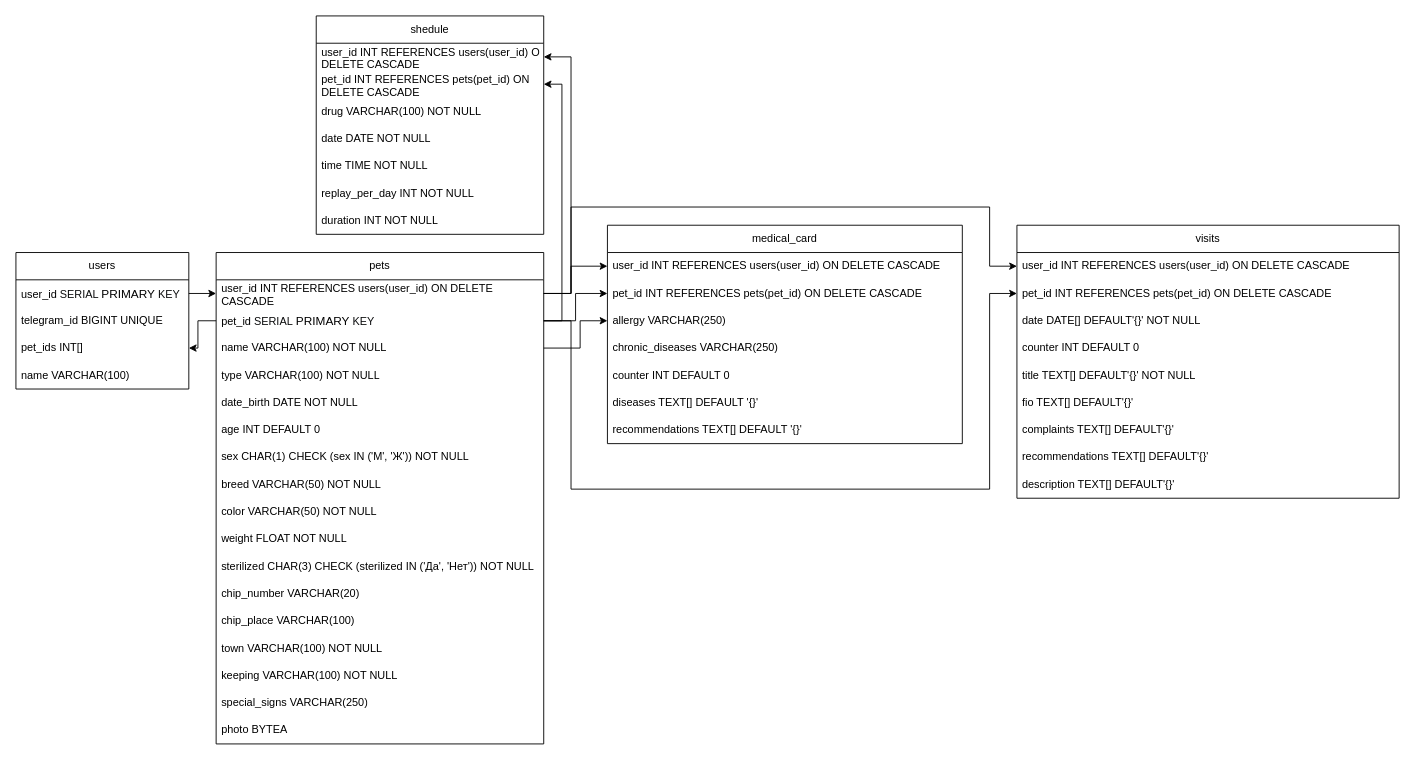
This is weervet_tg_bd.drawio from Reijoooo/tg_bot_weervet, a draw.io file, before an edit. Source tidied: cells renumbered, new cells numbered last; positions are measured from the earlier drawing's top-left corner, leaving out a move shared by most shapes. Both pictures are drawn from the tidied source at 91%, with x=0, y=0 at pixel (15, 15).
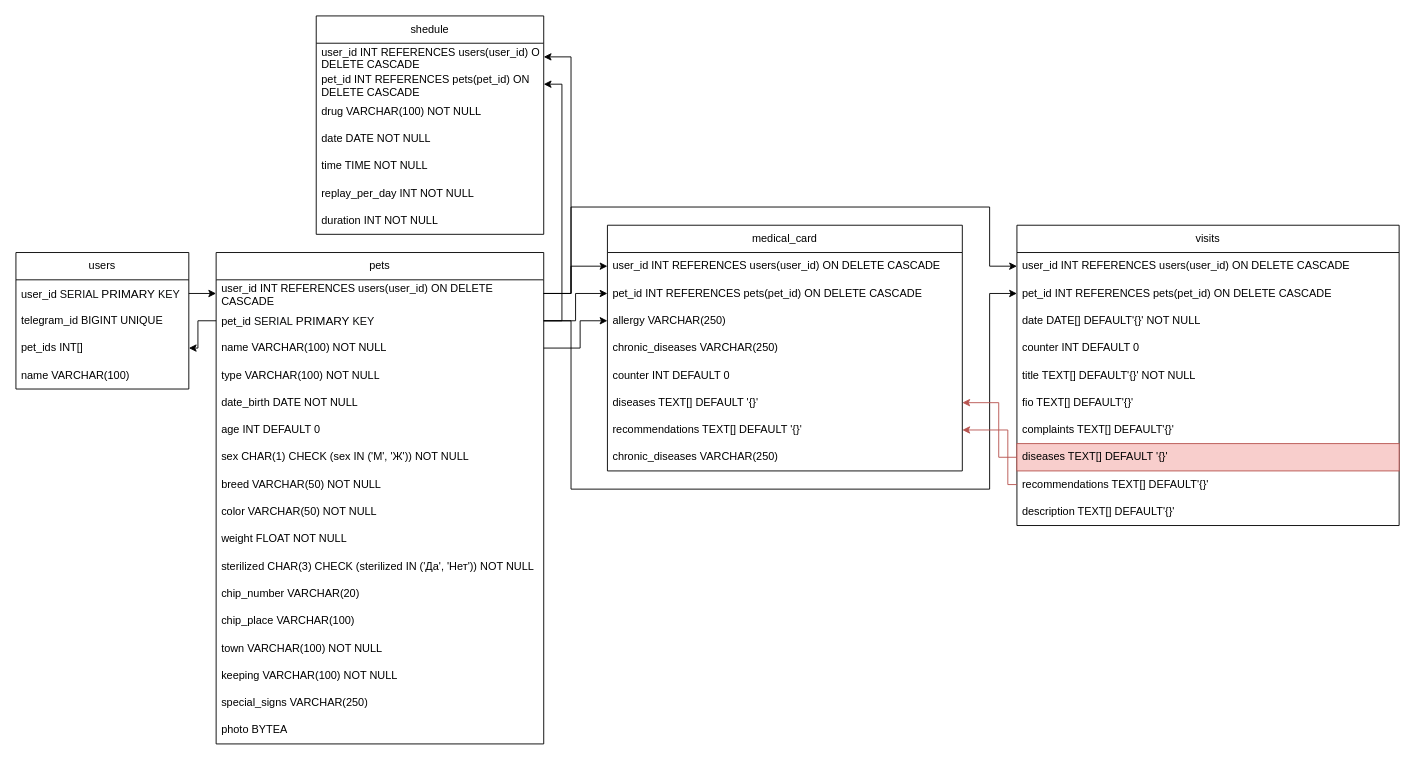
After the change.

Unchanged cells that the change refers to:
```xml
<mxCell id="31" value="diseases TEXT[] DEFAULT '{}'" style="text;align=left;verticalAlign=middle;spacingLeft=4;spacingRight=4;overflow=hidden;points=[[0,0.5],[1,0.5]];portConstraint=eastwest;whiteSpace=wrap;html=1;" parent="25" vertex="1">
  <mxGeometry y="180" width="390" height="30" as="geometry" />
</mxCell>
<mxCell id="32" value="recommendations TEXT[] DEFAULT '{}'" style="text;align=left;verticalAlign=middle;spacingLeft=4;spacingRight=4;overflow=hidden;points=[[0,0.5],[1,0.5]];portConstraint=eastwest;whiteSpace=wrap;html=1;" parent="25" vertex="1">
  <mxGeometry y="210" width="390" height="30" as="geometry" />
</mxCell>
```

The edit, as a diff of the source:
```diff
@@
     <mxCell id="25" value="medical_card" style="swimlane;fontStyle=0;horizontal=1;startSize=30;whiteSpace=wrap;html=1;" parent="1" vertex="1">
-      <mxGeometry x="650" y="230" width="390" height="240" as="geometry" />
+      <mxGeometry x="650" y="230" width="390" height="270" as="geometry" />
     </mxCell>
@@
+    <mxCell id="60" value="chronic_diseases VARCHAR(250)" style="text;align=left;verticalAlign=middle;spacingLeft=4;spacingRight=4;overflow=hidden;whiteSpace=wrap;html=1;" parent="25" vertex="1">
+      <mxGeometry y="240" width="390" height="30" as="geometry" />
+    </mxCell>
@@
     <mxCell id="45" value="visits" style="swimlane;fontStyle=0;horizontal=1;startSize=30;whiteSpace=wrap;html=1;" parent="1" vertex="1">
-      <mxGeometry x="1100" y="230" width="420" height="300" as="geometry" />
+      <mxGeometry x="1100" y="230" width="420" height="330" as="geometry" />
     </mxCell>
@@
+    <mxCell id="61" value="diseases TEXT[] DEFAULT '{}'" style="text;align=left;verticalAlign=middle;spacingLeft=4;spacingRight=4;overflow=hidden;points=[[0,0.5],[1,0.5]];portConstraint=eastwest;whiteSpace=wrap;html=1;fillColor=#f8cecc;strokeColor=#b85450;" parent="45" vertex="1">
+      <mxGeometry y="240" width="420" height="30" as="geometry" />
+    </mxCell>
     <mxCell id="53" value="recommendations TEXT[] DEFAULT'{}'" style="text;align=left;verticalAlign=middle;spacingLeft=4;spacingRight=4;overflow=hidden;points=[[0,0.5],[1,0.5]];portConstraint=eastwest;whiteSpace=wrap;html=1;" parent="45" vertex="1">
-      <mxGeometry y="240" width="420" height="30" as="geometry" />
+      <mxGeometry y="270" width="420" height="30" as="geometry" />
     </mxCell>
     <mxCell id="54" value="description TEXT[] DEFAULT'{}'" style="text;align=left;verticalAlign=middle;spacingLeft=4;spacingRight=4;overflow=hidden;whiteSpace=wrap;html=1;" parent="45" vertex="1">
-      <mxGeometry y="270" width="420" height="30" as="geometry" />
+      <mxGeometry y="300" width="420" height="30" as="geometry" />
     </mxCell>
@@
+    <mxCell id="62" style="edgeStyle=orthogonalEdgeStyle;rounded=0;jettySize=auto;html=1;exitX=0;exitY=0.5;exitDx=0;exitDy=0;entryX=1;entryY=0.5;entryDx=0;entryDy=0;fillColor=#f8cecc;strokeColor=#b85450;" parent="1" edge="1" source="61" target="31">
+      <mxGeometry relative="1" as="geometry">
+        <Array as="points">
+          <mxPoint x="1080" y="485" />
+          <mxPoint x="1080" y="425" />
+        </Array>
+      </mxGeometry>
+    </mxCell>
+    <mxCell id="63" style="edgeStyle=orthogonalEdgeStyle;rounded=0;jettySize=auto;html=1;exitX=0;exitY=0.5;exitDx=0;exitDy=0;entryX=1;entryY=0.5;entryDx=0;entryDy=0;fillColor=#f8cecc;strokeColor=#b85450;" parent="1" edge="1" source="53" target="32">
+      <mxGeometry relative="1" as="geometry">
+        <Array as="points">
+          <mxPoint x="1090" y="515" />
+          <mxPoint x="1090" y="455" />
+        </Array>
+      </mxGeometry>
+    </mxCell>
```
